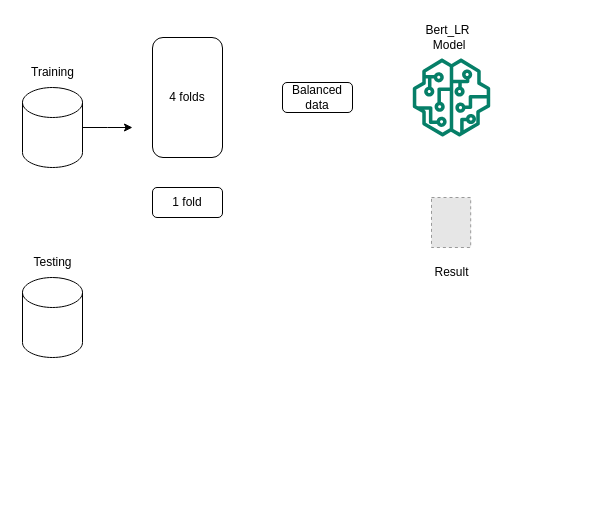
Before: Figure/researchdesign.drawio in FANMISUA/TweetAENormalization, a draw.io diagram. Source tidied: cells renumbered, new cells numbered last; positions are measured from the earlier drawing's top-left corner, leaving out a move shared by most shapes. Both pictures are drawn from the tidied source at 100%, with x=0, y=0 at pixel (17, 17). Pictures stored in the file or linked from it are replaced by grey dashed boxes.
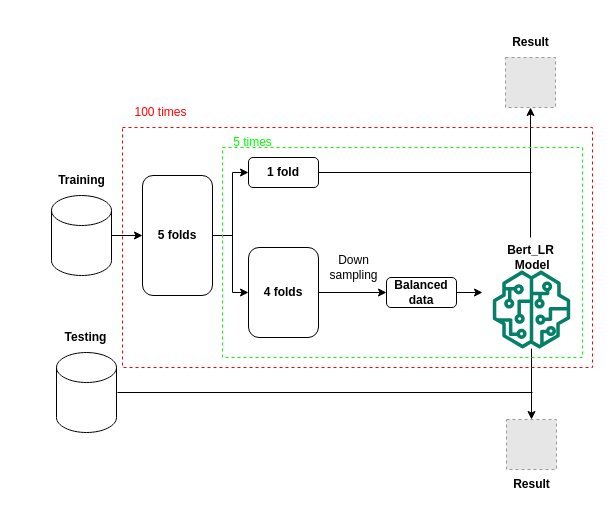
Above is the later version.

What changed in the source:
```diff
@@
+    <mxCell id="14" style="edgeStyle=orthogonalEdgeStyle;rounded=0;jettySize=auto;html=1;entryX=0.5;entryY=0;entryDx=0;entryDy=0;" parent="1" edge="1" source="2" target="21">
+      <mxGeometry relative="1" as="geometry" />
+    </mxCell>
     <mxCell id="2" style="sketch=0;outlineConnect=0;fontColor=#232F3E;gradientColor=none;fillColor=#067F68;strokeColor=none;dashed=0;verticalLabelPosition=bottom;verticalAlign=top;align=center;html=1;fontSize=12;fontStyle=0;shape=mxgraph.aws4.sagemaker_model;" parent="1" vertex="1">
-      <mxGeometry x="395" y="41" width="78" height="78" as="geometry" />
+      <mxGeometry x="475" y="253" width="78" height="78" as="geometry" />
     </mxCell>
-    <mxCell id="3" value="Training" style="text;html=1;align=center;verticalAlign=middle;strokeColor=none;fillColor=none;" parent="1" vertex="1">
-      <mxGeometry y="40" width="70" height="30" as="geometry" />
+    <mxCell id="3" value="&lt;b&gt;Training&lt;/b&gt;" style="text;html=1;align=center;verticalAlign=middle;strokeColor=none;fillColor=none;" parent="1" vertex="1">
+      <mxGeometry x="29" y="148" width="70" height="30" as="geometry" />
     </mxCell>
-    <mxCell id="4" style="edgeStyle=orthogonalEdgeStyle;rounded=0;jettySize=auto;html=1;" parent="1" edge="1" source="5">
-      <mxGeometry relative="1" as="geometry">
-        <mxPoint x="115" y="110" as="targetPoint" />
-      </mxGeometry>
-    </mxCell>
+    <mxCell id="15" style="edgeStyle=orthogonalEdgeStyle;rounded=0;jettySize=auto;html=1;entryX=0;entryY=0.5;entryDx=0;entryDy=0;" parent="1" edge="1" source="5" target="28">
+      <mxGeometry relative="1" as="geometry" />
+    </mxCell>
     <mxCell id="5" style="shape=cylinder3;whiteSpace=wrap;html=1;boundedLbl=1;backgroundOutline=1;size=15;" parent="1" vertex="1">
-      <mxGeometry x="5" y="70" width="60" height="80" as="geometry" />
+      <mxGeometry x="34" y="178" width="60" height="80" as="geometry" />
     </mxCell>
+    <mxCell id="16" style="edgeStyle=orthogonalEdgeStyle;rounded=0;orthogonalLoop=1;jettySize=auto;html=1;endArrow=none;endFill=0;" parent="1" edge="1">
+      <mxGeometry relative="1" as="geometry">
+        <mxPoint x="100" y="375" as="sourcePoint" />
+        <mxPoint x="515" y="375" as="targetPoint" />
+      </mxGeometry>
+    </mxCell>
     <mxCell id="6" style="shape=cylinder3;whiteSpace=wrap;html=1;boundedLbl=1;backgroundOutline=1;size=15;" parent="1" vertex="1">
-      <mxGeometry x="5" y="260" width="60" height="80" as="geometry" />
+      <mxGeometry x="39" y="335" width="60" height="80" as="geometry" />
     </mxCell>
-    <mxCell id="7" value="Testing" style="text;html=1;align=center;verticalAlign=middle;strokeColor=none;fillColor=none;" parent="1" vertex="1">
-      <mxGeometry x="5" y="230" width="60" height="30" as="geometry" />
+    <mxCell id="7" value="&lt;b&gt;Testing&lt;/b&gt;" style="text;html=1;align=center;verticalAlign=middle;strokeColor=none;fillColor=none;" parent="1" vertex="1">
+      <mxGeometry x="33" y="305" width="70" height="30" as="geometry" />
     </mxCell>
+    <mxCell id="17" style="edgeStyle=orthogonalEdgeStyle;rounded=0;jettySize=auto;html=1;entryX=0.5;entryY=1;entryDx=0;entryDy=0;" parent="1" edge="1" source="8" target="23">
+      <mxGeometry relative="1" as="geometry" />
+    </mxCell>
-    <mxCell id="8" value="Bert_LR&lt;br&gt;&amp;nbsp;Model" style="text;html=1;align=center;verticalAlign=middle;points=[];strokeColor=none;fillColor=none;" parent="1" vertex="1">
-      <mxGeometry x="395" width="70" height="40" as="geometry" />
+    <mxCell id="8" value="&lt;b&gt;Bert_LR&lt;br&gt;&amp;nbsp;Model&lt;/b&gt;" style="text;html=1;align=center;verticalAlign=middle;points=[];strokeColor=none;fillColor=none;" parent="1" vertex="1">
+      <mxGeometry x="478" y="220" width="70" height="40" as="geometry" />
     </mxCell>
+    <mxCell id="18" style="edgeStyle=orthogonalEdgeStyle;rounded=0;jettySize=auto;html=1;entryX=0;entryY=0.5;entryDx=0;entryDy=0;" parent="1" edge="1" source="9" target="11">
+      <mxGeometry relative="1" as="geometry" />
+    </mxCell>
-    <mxCell id="9" value="4 folds&lt;br&gt;" style="rounded=1;whiteSpace=wrap;html=1;" parent="1" vertex="1">
-      <mxGeometry x="135" y="20" width="70" height="120" as="geometry" />
+    <mxCell id="9" value="&lt;b&gt;4 folds&lt;/b&gt;" style="rounded=1;whiteSpace=wrap;html=1;" parent="1" vertex="1">
+      <mxGeometry x="231" y="230" width="70" height="90" as="geometry" />
     </mxCell>
+    <mxCell id="19" style="edgeStyle=orthogonalEdgeStyle;rounded=0;jettySize=auto;html=1;endArrow=none;endFill=0;" parent="1" edge="1" source="10">
+      <mxGeometry relative="1" as="geometry">
+        <mxPoint x="514" y="155" as="targetPoint" />
+      </mxGeometry>
+    </mxCell>
+    <mxCell id="20" style="edgeStyle=orthogonalEdgeStyle;rounded=0;jettySize=auto;html=1;" parent="1" edge="1" source="11">
+      <mxGeometry relative="1" as="geometry">
+        <mxPoint x="465" y="275" as="targetPoint" />
+      </mxGeometry>
+    </mxCell>
+    <mxCell id="11" value="&lt;b&gt;Balanced data&lt;/b&gt;" style="rounded=1;whiteSpace=wrap;html=1;" parent="1" vertex="1">
+      <mxGeometry x="369" y="260" width="70" height="30" as="geometry" />
+    </mxCell>
+    <mxCell id="21" style="fillColor=#E6E6E6;strokeColor=#999999;dashed=1;verticalLabelPosition=bottom;labelBackgroundColor=default;verticalAlign=top;" parent="1" vertex="1">
+      <mxGeometry x="489" y="402" width="50" height="50" as="geometry" />
+    </mxCell>
+    <mxCell id="22" value="&lt;b&gt;Result&lt;/b&gt;" style="text;html=1;align=center;verticalAlign=middle;strokeColor=none;fillColor=none;" parent="1" vertex="1">
+      <mxGeometry x="484" y="452" width="60" height="30" as="geometry" />
+    </mxCell>
+    <mxCell id="23" style="fillColor=#E6E6E6;strokeColor=#999999;dashed=1;verticalLabelPosition=bottom;labelBackgroundColor=default;verticalAlign=top;" parent="1" vertex="1">
+      <mxGeometry x="488" y="40" width="50" height="50" as="geometry" />
+    </mxCell>
+    <mxCell id="24" value="&lt;b&gt;Result&lt;/b&gt;" style="text;html=1;align=center;verticalAlign=middle;strokeColor=none;fillColor=none;" parent="1" vertex="1">
+      <mxGeometry x="483" y="10" width="60" height="30" as="geometry" />
+    </mxCell>
+    <mxCell id="25" value="Down &lt;br&gt;sampling" style="text;html=1;align=center;verticalAlign=middle;strokeColor=none;fillColor=none;" parent="1" vertex="1">
+      <mxGeometry x="301" y="230" width="70" height="40" as="geometry" />
+    </mxCell>
+    <mxCell id="26" style="edgeStyle=orthogonalEdgeStyle;rounded=0;jettySize=auto;html=1;entryX=0;entryY=0.5;entryDx=0;entryDy=0;" parent="1" edge="1" source="28" target="10">
+      <mxGeometry relative="1" as="geometry" />
+    </mxCell>
+    <mxCell id="27" style="edgeStyle=orthogonalEdgeStyle;rounded=0;jettySize=auto;html=1;entryX=0;entryY=0.5;entryDx=0;entryDy=0;" parent="1" edge="1" source="28" target="9">
+      <mxGeometry relative="1" as="geometry" />
+    </mxCell>
+    <mxCell id="28" value="&lt;b&gt;5 folds&lt;/b&gt;" style="rounded=1;whiteSpace=wrap;html=1;" parent="1" vertex="1">
+      <mxGeometry x="125" y="158" width="70" height="120" as="geometry" />
+    </mxCell>
-    <mxCell id="10" value="1 fold" style="rounded=1;whiteSpace=wrap;html=1;" parent="1" vertex="1">
-      <mxGeometry x="135" y="170" width="70" height="30" as="geometry" />
+    <mxCell id="10" value="&lt;b&gt;1 fold&lt;/b&gt;" style="rounded=1;whiteSpace=wrap;html=1;" parent="1" vertex="1">
+      <mxGeometry x="231" y="140" width="70" height="30" as="geometry" />
     </mxCell>
-    <mxCell id="11" value="Balanced data" style="rounded=1;whiteSpace=wrap;html=1;" parent="1" vertex="1">
-      <mxGeometry x="265" y="65" width="70" height="30" as="geometry" />
-    </mxCell>
-    <mxCell id="12" style="fillColor=#E6E6E6;strokeColor=#999999;dashed=1;verticalLabelPosition=bottom;labelBackgroundColor=default;verticalAlign=top;" parent="1" vertex="1">
-      <mxGeometry x="414" y="180" width="39.2" height="50" as="geometry" />
-    </mxCell>
-    <mxCell id="13" value="Result" style="text;html=1;align=center;verticalAlign=middle;strokeColor=none;fillColor=none;" parent="1" vertex="1">
-      <mxGeometry x="403.6" y="240" width="60" height="30" as="geometry" />
-    </mxCell>
+    <mxCell id="29" style="rounded=0;whiteSpace=wrap;html=1;dashed=1;fillColor=none;strokeColor=#00ff00;" parent="1" vertex="1">
+      <mxGeometry x="205" y="130" width="360" height="210" as="geometry" />
+    </mxCell>
+    <mxCell id="30" value="&lt;font color=&quot;#00ff00&quot;&gt;5 times&lt;/font&gt;" style="text;html=1;align=center;verticalAlign=middle;strokeColor=none;fillColor=none;" parent="1" vertex="1">
+      <mxGeometry x="205" y="110" width="60" height="30" as="geometry" />
+    </mxCell>
+    <mxCell id="31" style="rounded=0;whiteSpace=wrap;html=1;dashed=1;fillColor=none;strokeColor=#ff0000;" parent="1" vertex="1">
+      <mxGeometry x="105" y="110" width="470" height="240" as="geometry" />
+    </mxCell>
+    <mxCell id="32" value="&lt;font color=&quot;#ff0000&quot;&gt;100 times&lt;/font&gt;" style="text;html=1;align=center;verticalAlign=middle;strokeColor=none;fillColor=none;" parent="1" vertex="1">
+      <mxGeometry x="103" y="80" width="80" height="30" as="geometry" />
+    </mxCell>
```
